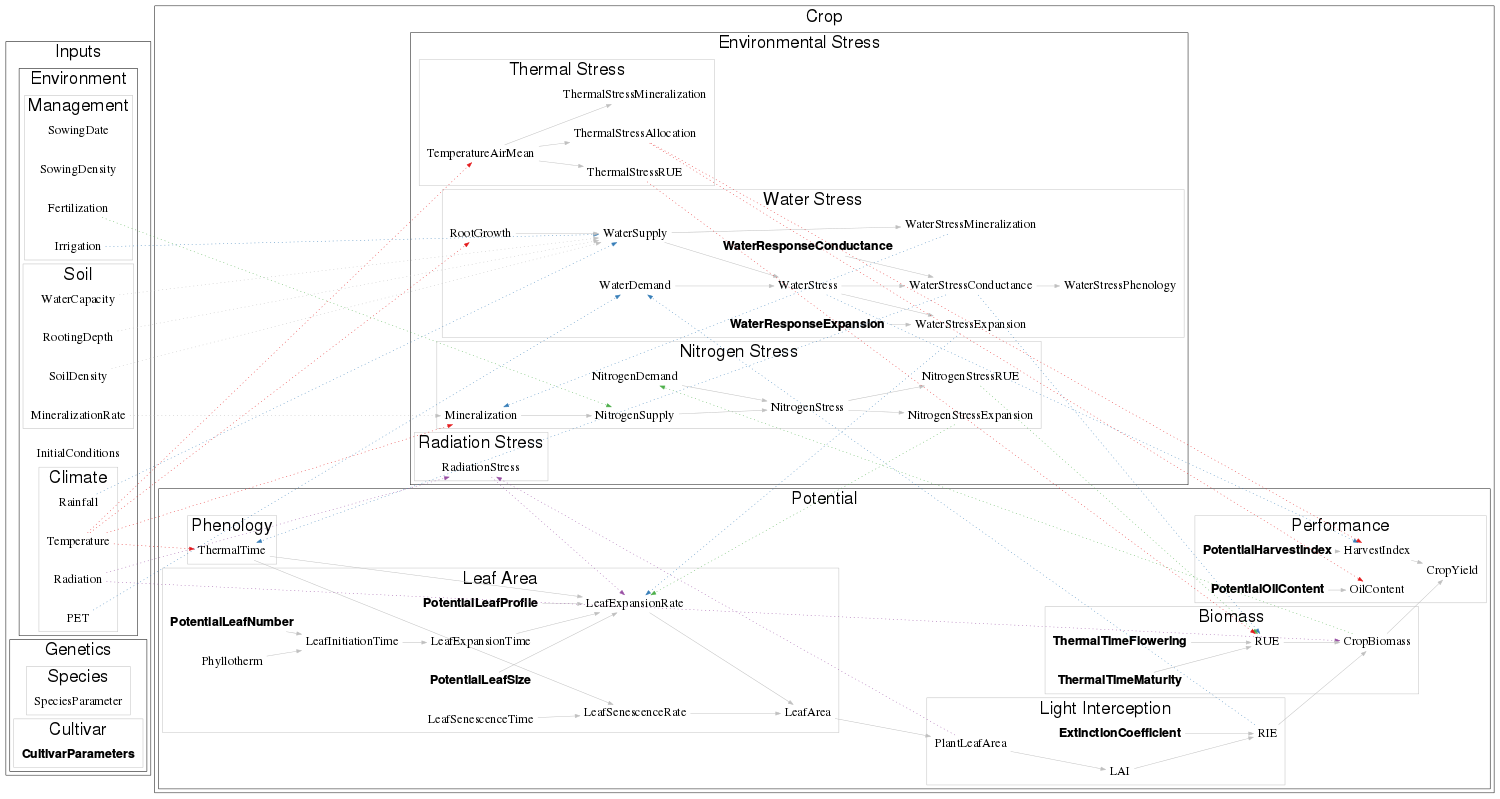
This is inst/doc/files/structure.png from picasa/rsunflo, a Graphviz export, as it was before one commit. Its source is kept beside it as inst/doc/files/structure.dot.
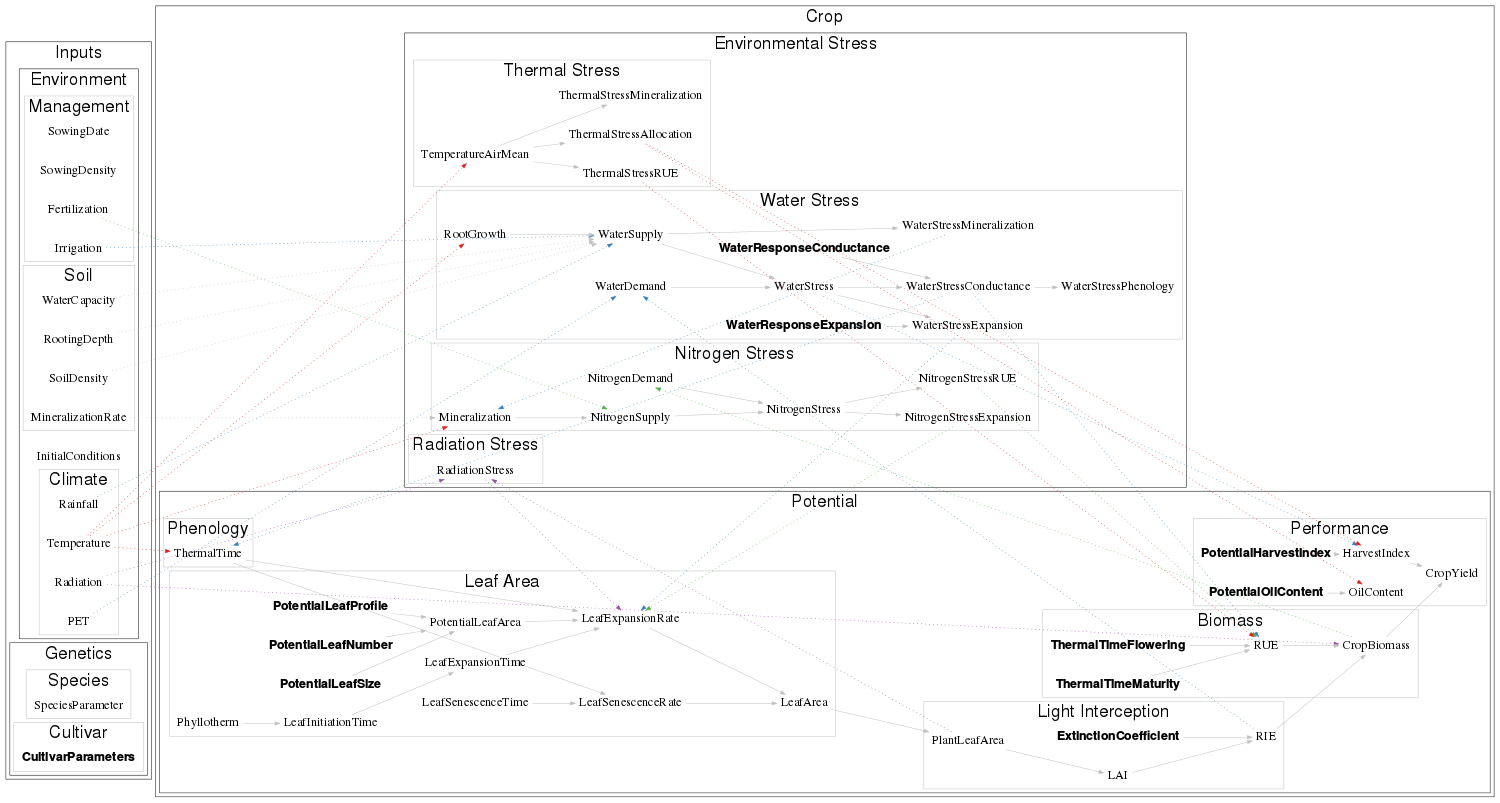
After the change.

Change to the diagram source:
```diff
@@ -129,16 +129,14 @@
 				pencolor=gray
 
 				ThermalTime -> {LeafExpansionRate LeafSenescenceRate} [constraint=false]
-				{Phyllotherm PotentialLeafNumber} -> LeafInitiationTime
-				{PotentialLeafProfile PotentialLeafSize} -> LeafExpansionRate
+				Phyllotherm -> LeafInitiationTime
+				{PotentialLeafProfile PotentialLeafSize PotentialLeafNumber} -> PotentialLeafArea
 
 				LeafInitiationTime -> LeafExpansionTime
-				LeafSenescenceTime
+				{LeafExpansionTime PotentialLeafArea} -> LeafExpansionRate
+				LeafSenescenceTime -> LeafSenescenceRate
+				{LeafExpansionRate LeafSenescenceRate} -> LeafArea
 				{rank=same; LeafExpansionTime; LeafSenescenceTime}
-				LeafExpansionTime -> LeafExpansionRate
-				LeafSenescenceTime -> LeafSenescenceRate
-				LeafExpansionRate -> LeafArea
-				LeafSenescenceRate -> LeafArea
 			}
 
       subgraph clusterCropInterception {
```
